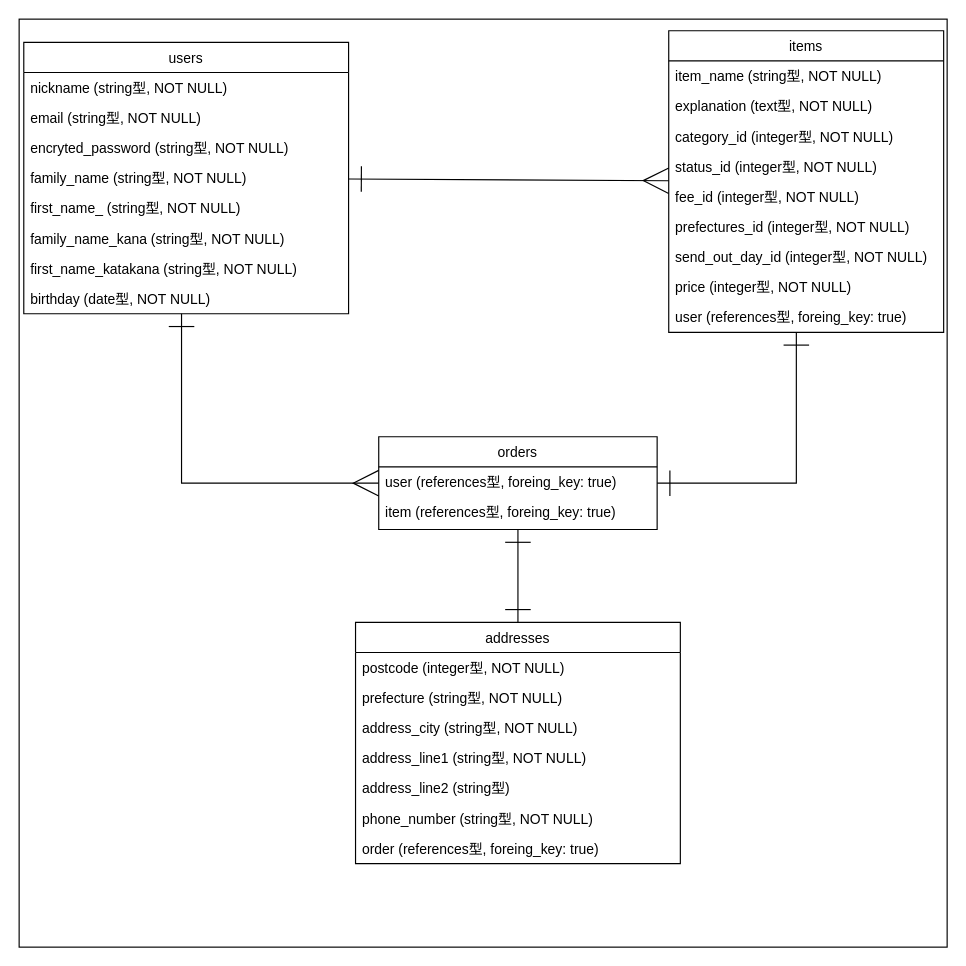
Above: er.dio in makoto417/furima-32040 (draw.io), before the change. Source tidied: cells renumbered, new cells numbered last; positions are measured from the earlier drawing's top-left corner, leaving out a move shared by most shapes. Both pictures are drawn from the tidied source at 116%, with x=0, y=0 at pixel (19, 19).
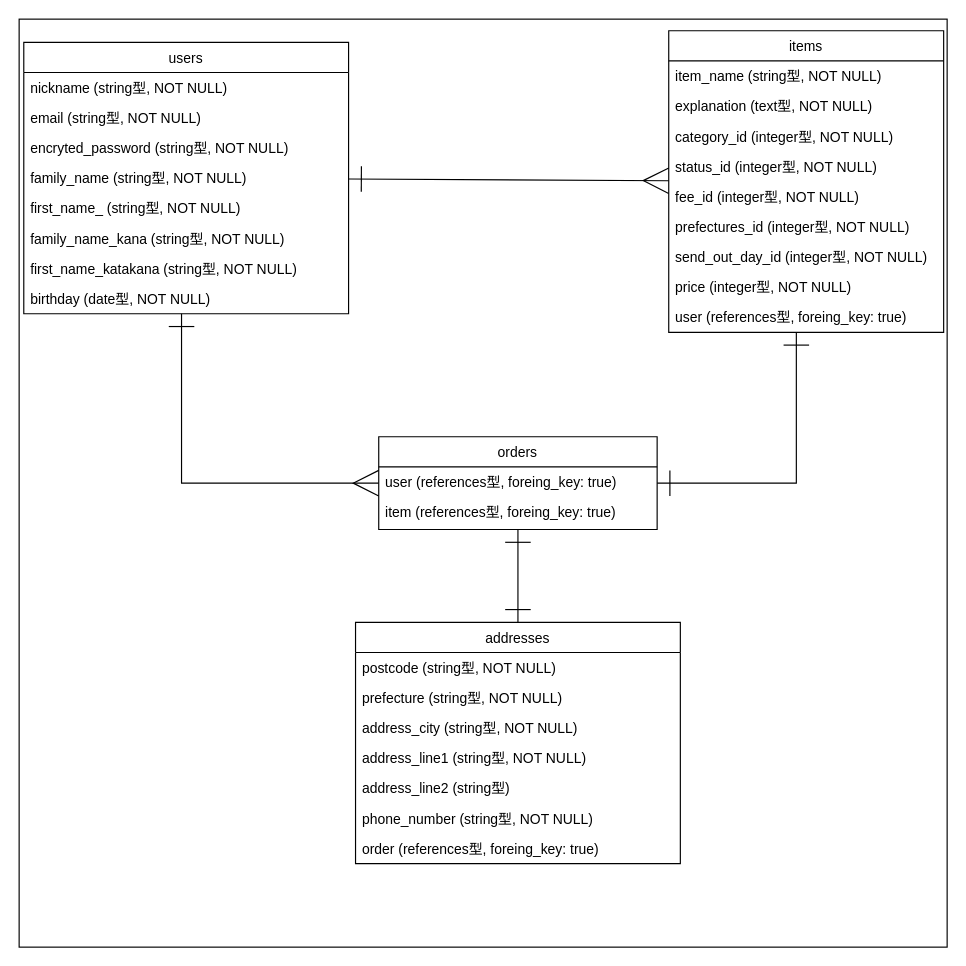
Above is the later version.

Commit message (it also covers changes not shown here):
データベース設計の再修正

Unchanged cells that the change refers to:
```xml
<mxCell id="30" value="addresses" style="swimlane;fontStyle=0;horizontal=1;startSize=26;fillColor=none;" parent="3" vertex="1">
  <mxGeometry x="290" y="520" width="280" height="208" as="geometry" />
</mxCell>
```

Change to the diagram source:
```diff
@@
-    <mxCell id="31" value="postcode (integer型, NOT NULL)&#10;" style="text;strokeColor=none;fillColor=none;align=left;verticalAlign=top;spacingLeft=4;spacingRight=4;overflow=hidden;" parent="30" vertex="1">
+    <mxCell id="31" value="postcode (string型, NOT NULL)&#10;" style="text;strokeColor=none;fillColor=none;align=left;verticalAlign=top;spacingLeft=4;spacingRight=4;overflow=hidden;" parent="30" vertex="1">
       <mxGeometry y="26" width="280" height="26" as="geometry" />
     </mxCell>
```
